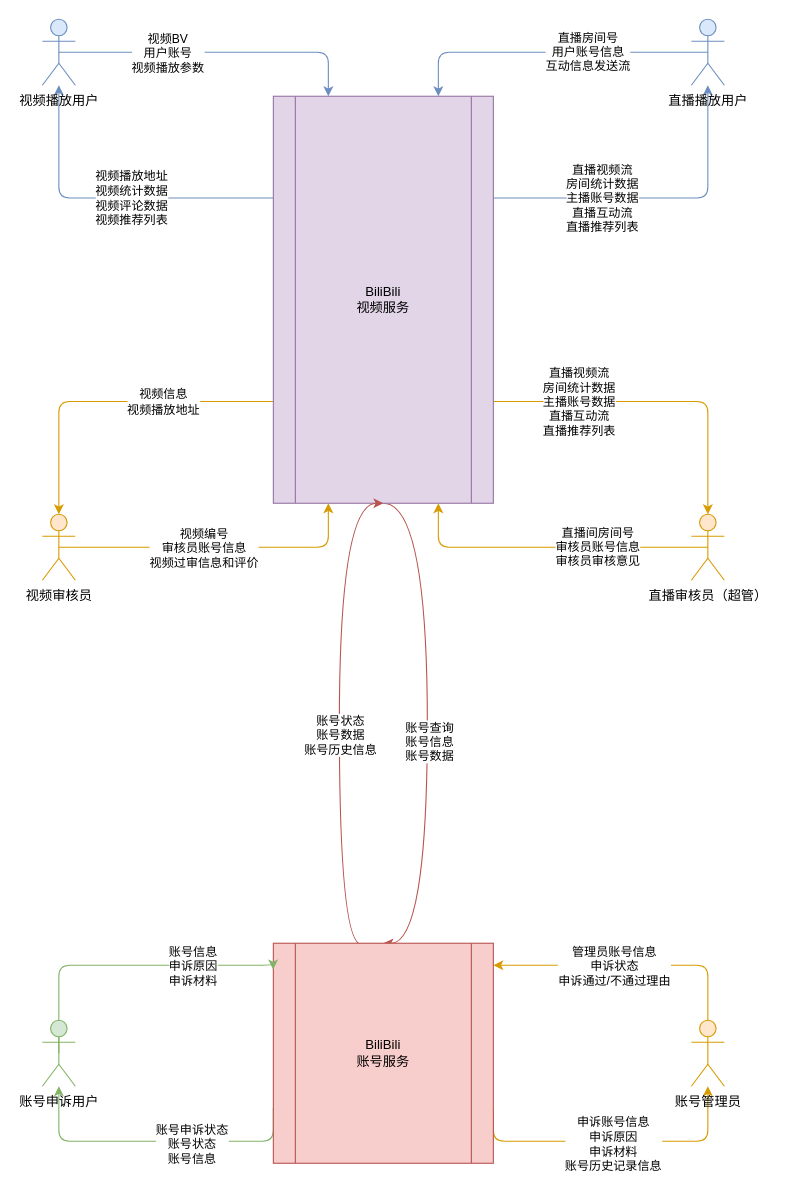
Earlier version of the draw.io diagram 未命名绘图.drawio (JackyBlackson/System-Class-Charts). Source tidied: cells renumbered, new cells numbered last; positions are measured from the earlier drawing's top-left corner, leaving out a move shared by most shapes. Both pictures are drawn from the tidied source at 110%, with x=0, y=0 at pixel (42, 19).
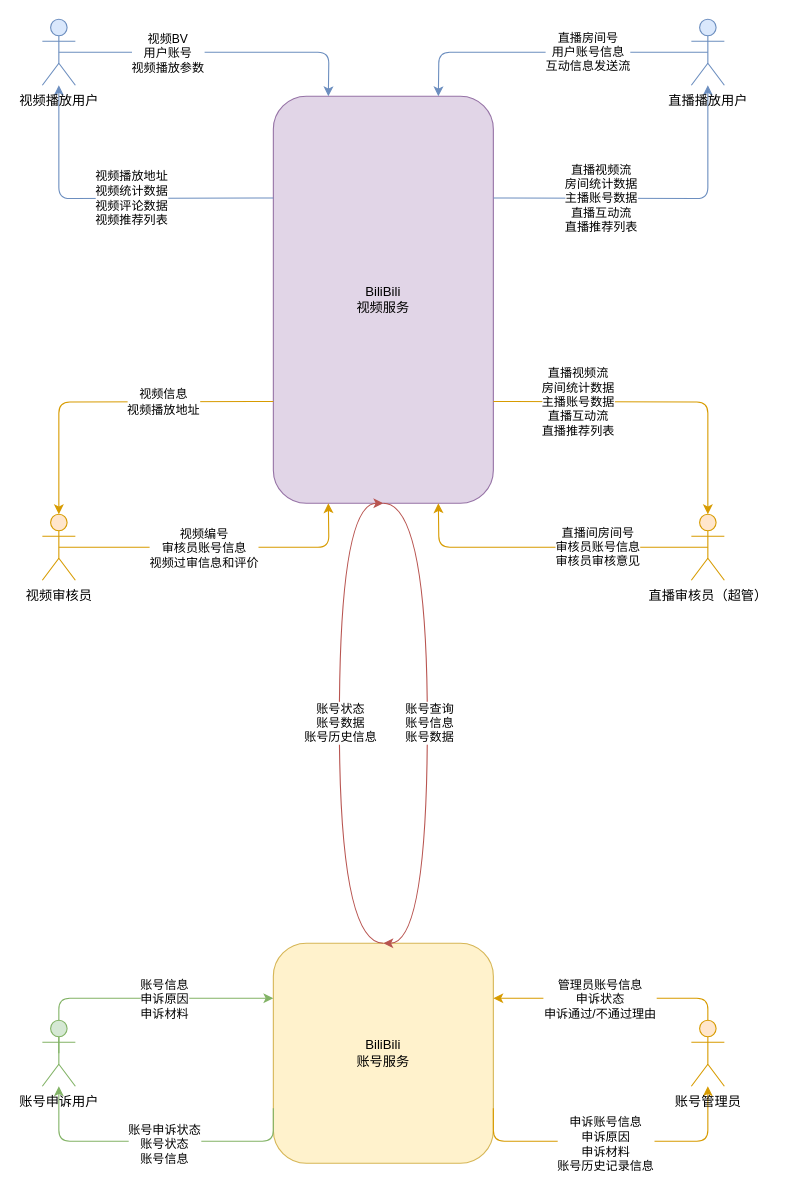
The same diagram, later.

Commit message:
更新未命名绘图.drawio

Unchanged cells that the change refers to:
```xml
<mxCell id="15" value="视频播放用户" style="shape=umlActor;verticalLabelPosition=bottom;verticalAlign=top;html=1;outlineConnect=0;fillColor=#dae8fc;strokeColor=#6c8ebf;" parent="1" vertex="1">
  <mxGeometry width="30" height="60" as="geometry" />
</mxCell>
<mxCell id="18" value="直播播放用户" style="shape=umlActor;verticalLabelPosition=bottom;verticalAlign=top;html=1;outlineConnect=0;fillColor=#dae8fc;strokeColor=#6c8ebf;" parent="1" vertex="1">
  <mxGeometry x="590" width="30" height="60" as="geometry" />
</mxCell>
<mxCell id="21" value="视频审核员" style="shape=umlActor;verticalLabelPosition=bottom;verticalAlign=top;html=1;outlineConnect=0;fillColor=#ffe6cc;strokeColor=#d79b00;" parent="1" vertex="1">
  <mxGeometry y="450" width="30" height="60" as="geometry" />
</mxCell>
<mxCell id="24" value="直播审核员（超管）" style="shape=umlActor;verticalLabelPosition=bottom;verticalAlign=top;html=1;outlineConnect=0;fillColor=#ffe6cc;strokeColor=#d79b00;" parent="1" vertex="1">
  <mxGeometry x="590" y="450" width="30" height="60" as="geometry" />
</mxCell>
<mxCell id="34" value="账号申诉用户" style="shape=umlActor;verticalLabelPosition=bottom;verticalAlign=top;html=1;outlineConnect=0;fillColor=#d5e8d4;strokeColor=#82b366;" parent="1" vertex="1">
  <mxGeometry y="910" width="30" height="60" as="geometry" />
</mxCell>
<mxCell id="37" value="账号管理员" style="shape=umlActor;verticalLabelPosition=bottom;verticalAlign=top;html=1;outlineConnect=0;fillColor=#ffe6cc;strokeColor=#d79b00;" parent="1" vertex="1">
  <mxGeometry x="590" y="910" width="30" height="60" as="geometry" />
</mxCell>
```

The edit, as a diff of the source:
```diff
@@
+    <mxCell id="31" value="BiliBili&lt;br&gt;账号服务" style="rounded=1;whiteSpace=wrap;html=1;fillColor=#fff2cc;strokeColor=#d6b656;" parent="1" vertex="1">
+      <mxGeometry x="210" y="840" width="200" height="200" as="geometry" />
+    </mxCell>
+    <mxCell id="12" value="BiliBili&lt;br&gt;视频服务" style="rounded=1;whiteSpace=wrap;html=1;fillColor=#e1d5e7;strokeColor=#9673a6;" parent="1" vertex="1">
+      <mxGeometry x="210" y="70" width="200" height="370" as="geometry" />
+    </mxCell>
-    <mxCell id="2" style="edgeStyle=orthogonalEdgeStyle;jettySize=auto;html=1;exitX=0;exitY=0.25;exitDx=0;exitDy=0;rounded=1;fillColor=#dae8fc;strokeColor=#6c8ebf;" parent="1" edge="1" source="12" target="15">
-      <mxGeometry relative="1" as="geometry" />
+    <mxCell id="2" style="edgeStyle=orthogonalEdgeStyle;jettySize=auto;html=1;exitX=0;exitY=0.25;exitDx=0;exitDy=0;rounded=1;fillColor=#dae8fc;strokeColor=#6c8ebf;" parent="1" edge="1" target="15">
+      <mxGeometry relative="1" as="geometry">
+        <mxPoint x="210" y="162.5" as="sourcePoint" />
+      </mxGeometry>
     </mxCell>
@@
-    <mxCell id="4" style="edgeStyle=orthogonalEdgeStyle;jettySize=auto;html=1;exitX=1;exitY=0.25;exitDx=0;exitDy=0;rounded=1;fillColor=#dae8fc;strokeColor=#6c8ebf;" parent="1" edge="1" source="12" target="18">
-      <mxGeometry relative="1" as="geometry" />
+    <mxCell id="4" style="edgeStyle=orthogonalEdgeStyle;jettySize=auto;html=1;exitX=1;exitY=0.25;exitDx=0;exitDy=0;rounded=1;fillColor=#dae8fc;strokeColor=#6c8ebf;" parent="1" edge="1" target="18">
+      <mxGeometry relative="1" as="geometry">
+        <mxPoint x="410" y="162.5" as="sourcePoint" />
+      </mxGeometry>
     </mxCell>
@@
-    <mxCell id="6" style="edgeStyle=orthogonalEdgeStyle;jettySize=auto;html=1;exitX=0;exitY=0.75;exitDx=0;exitDy=0;rounded=1;fillColor=#ffe6cc;strokeColor=#d79b00;" parent="1" edge="1" source="12" target="21">
-      <mxGeometry relative="1" as="geometry" />
+    <mxCell id="6" style="edgeStyle=orthogonalEdgeStyle;jettySize=auto;html=1;exitX=0;exitY=0.75;exitDx=0;exitDy=0;rounded=1;fillColor=#ffe6cc;strokeColor=#d79b00;" parent="1" edge="1" target="21">
+      <mxGeometry relative="1" as="geometry">
+        <mxPoint x="210" y="347.5" as="sourcePoint" />
+      </mxGeometry>
     </mxCell>
@@
-    <mxCell id="8" style="edgeStyle=orthogonalEdgeStyle;jettySize=auto;html=1;exitX=1;exitY=0.75;exitDx=0;exitDy=0;rounded=1;fillColor=#ffe6cc;strokeColor=#d79b00;" parent="1" edge="1" source="12" target="24">
-      <mxGeometry relative="1" as="geometry" />
+    <mxCell id="8" style="edgeStyle=orthogonalEdgeStyle;jettySize=auto;html=1;exitX=1;exitY=0.75;exitDx=0;exitDy=0;rounded=1;fillColor=#ffe6cc;strokeColor=#d79b00;" parent="1" edge="1" target="24">
+      <mxGeometry relative="1" as="geometry">
+        <mxPoint x="410" y="347.5" as="sourcePoint" />
+      </mxGeometry>
     </mxCell>
@@
-    <mxCell id="10" style="edgeStyle=orthogonalEdgeStyle;jettySize=auto;html=1;exitX=0.5;exitY=1;exitDx=0;exitDy=0;entryX=0.5;entryY=0;entryDx=0;entryDy=0;curved=1;fillColor=#f8cecc;strokeColor=#b85450;" parent="1" edge="1" source="12" target="31">
+    <mxCell id="10" style="edgeStyle=orthogonalEdgeStyle;orthogonalLoop=1;jettySize=auto;html=1;exitX=0.5;exitY=1;exitDx=0;exitDy=0;entryX=0.5;entryY=0;entryDx=0;entryDy=0;curved=1;fillColor=#f8cecc;strokeColor=#b85450;" parent="1" edge="1">
       <mxGeometry relative="1" as="geometry">
+        <mxPoint x="310" y="440" as="sourcePoint" />
+        <mxPoint x="310" y="840" as="targetPoint" />
         <Array as="points">
           <mxPoint x="350" y="440" />
-          <mxPoint x="350" y="841" />
+          <mxPoint x="350" y="840" />
         </Array>
       </mxGeometry>
     </mxCell>
     <mxCell id="11" value="账号查询&lt;br&gt;账号信息&lt;br&gt;账号数据" style="edgeLabel;html=1;align=center;verticalAlign=middle;" parent="10" vertex="1">
       <mxGeometry x="0.12" y="1" relative="1" as="geometry">
-        <mxPoint y="-13" as="offset" />
+        <mxPoint y="-30" as="offset" />
       </mxGeometry>
     </mxCell>
-    <mxCell id="12" value="BiliBili&lt;br&gt;视频服务" style="shape=process;whiteSpace=wrap;html=1;backgroundOutline=1;fillColor=#e1d5e7;strokeColor=#9673a6;" parent="1" vertex="1">
-      <mxGeometry x="210" y="70" width="200" height="370" as="geometry" />
-    </mxCell>
-    <mxCell id="13" style="edgeStyle=orthogonalEdgeStyle;jettySize=auto;html=1;exitX=0.5;exitY=0.5;exitDx=0;exitDy=0;exitPerimeter=0;entryX=0.25;entryY=0;entryDx=0;entryDy=0;rounded=1;fillColor=#dae8fc;strokeColor=#6c8ebf;" parent="1" edge="1" source="15" target="12">
-      <mxGeometry relative="1" as="geometry" />
+    <mxCell id="13" style="edgeStyle=orthogonalEdgeStyle;jettySize=auto;html=1;exitX=0.5;exitY=0.5;exitDx=0;exitDy=0;exitPerimeter=0;entryX=0.25;entryY=0;entryDx=0;entryDy=0;rounded=1;fillColor=#dae8fc;strokeColor=#6c8ebf;" parent="1" edge="1" source="15">
+      <mxGeometry relative="1" as="geometry">
+        <mxPoint x="260" y="70" as="targetPoint" />
+      </mxGeometry>
     </mxCell>
@@
-    <mxCell id="16" style="edgeStyle=orthogonalEdgeStyle;jettySize=auto;html=1;exitX=0.5;exitY=0.5;exitDx=0;exitDy=0;exitPerimeter=0;entryX=0.75;entryY=0;entryDx=0;entryDy=0;rounded=1;fillColor=#dae8fc;strokeColor=#6c8ebf;" parent="1" edge="1" source="18" target="12">
-      <mxGeometry relative="1" as="geometry" />
+    <mxCell id="16" style="edgeStyle=orthogonalEdgeStyle;jettySize=auto;html=1;exitX=0.5;exitY=0.5;exitDx=0;exitDy=0;exitPerimeter=0;entryX=0.75;entryY=0;entryDx=0;entryDy=0;rounded=1;fillColor=#dae8fc;strokeColor=#6c8ebf;" parent="1" edge="1" source="18">
+      <mxGeometry relative="1" as="geometry">
+        <mxPoint x="360" y="70" as="targetPoint" />
+      </mxGeometry>
     </mxCell>
@@
-    <mxCell id="19" style="edgeStyle=orthogonalEdgeStyle;jettySize=auto;html=1;exitX=0.5;exitY=0.5;exitDx=0;exitDy=0;exitPerimeter=0;entryX=0.25;entryY=1;entryDx=0;entryDy=0;rounded=1;fillColor=#ffe6cc;strokeColor=#d79b00;" parent="1" edge="1" source="21" target="12">
-      <mxGeometry relative="1" as="geometry" />
+    <mxCell id="19" style="edgeStyle=orthogonalEdgeStyle;jettySize=auto;html=1;exitX=0.5;exitY=0.5;exitDx=0;exitDy=0;exitPerimeter=0;entryX=0.25;entryY=1;entryDx=0;entryDy=0;rounded=1;fillColor=#ffe6cc;strokeColor=#d79b00;" parent="1" edge="1" source="21">
+      <mxGeometry relative="1" as="geometry">
+        <mxPoint x="260" y="440" as="targetPoint" />
+      </mxGeometry>
     </mxCell>
@@
-    <mxCell id="22" style="edgeStyle=orthogonalEdgeStyle;jettySize=auto;html=1;exitX=0.5;exitY=0.5;exitDx=0;exitDy=0;exitPerimeter=0;entryX=0.75;entryY=1;entryDx=0;entryDy=0;rounded=1;fillColor=#ffe6cc;strokeColor=#d79b00;" parent="1" edge="1" source="24" target="12">
-      <mxGeometry relative="1" as="geometry" />
+    <mxCell id="22" style="edgeStyle=orthogonalEdgeStyle;jettySize=auto;html=1;exitX=0.5;exitY=0.5;exitDx=0;exitDy=0;exitPerimeter=0;entryX=0.75;entryY=1;entryDx=0;entryDy=0;rounded=1;fillColor=#ffe6cc;strokeColor=#d79b00;" parent="1" edge="1" source="24">
+      <mxGeometry relative="1" as="geometry">
+        <mxPoint x="360" y="440" as="targetPoint" />
+      </mxGeometry>
     </mxCell>
@@
-    <mxCell id="25" style="edgeStyle=orthogonalEdgeStyle;rounded=1;jettySize=auto;html=1;exitX=0;exitY=0.75;exitDx=0;exitDy=0;fillColor=#d5e8d4;strokeColor=#82b366;" parent="1" edge="1" source="31" target="34">
+    <mxCell id="25" style="edgeStyle=orthogonalEdgeStyle;rounded=1;jettySize=auto;html=1;exitX=0;exitY=0.75;exitDx=0;exitDy=0;fillColor=#d5e8d4;strokeColor=#82b366;" parent="1" edge="1" target="34">
       <mxGeometry relative="1" as="geometry">
+        <mxPoint x="210" y="990" as="sourcePoint" />
         <Array as="points">
           <mxPoint x="210" y="1020" />
           <mxPoint x="15" y="1020" />
         </Array>
       </mxGeometry>
     </mxCell>
     <mxCell id="26" value="账号申诉状态&lt;br&gt;账号状态&lt;br&gt;账号信息" style="edgeLabel;html=1;align=center;verticalAlign=middle;" parent="25" vertex="1">
-      <mxGeometry x="-0.24" y="2" relative="1" as="geometry" />
+      <mxGeometry x="-0.24" y="2" relative="1" as="geometry">
+        <mxPoint x="-25" as="offset" />
+      </mxGeometry>
     </mxCell>
-    <mxCell id="27" style="edgeStyle=orthogonalEdgeStyle;rounded=1;jettySize=auto;html=1;exitX=1;exitY=0.75;exitDx=0;exitDy=0;fillColor=#ffe6cc;strokeColor=#d79b00;" parent="1" edge="1" source="31" target="37">
+    <mxCell id="27" style="edgeStyle=orthogonalEdgeStyle;rounded=1;jettySize=auto;html=1;exitX=1;exitY=0.75;exitDx=0;exitDy=0;fillColor=#ffe6cc;strokeColor=#d79b00;" parent="1" edge="1" target="37">
       <mxGeometry relative="1" as="geometry">
+        <mxPoint x="410" y="990" as="sourcePoint" />
         <Array as="points">
           <mxPoint x="410" y="1020" />
           <mxPoint x="605" y="1020" />
         </Array>
       </mxGeometry>
     </mxCell>
     <mxCell id="28" value="申诉账号信息&lt;br&gt;申诉原因&lt;br&gt;申诉材料&lt;br&gt;账号历史记录信息" style="edgeLabel;html=1;align=center;verticalAlign=middle;" parent="27" vertex="1">
-      <mxGeometry y="-2" relative="1" as="geometry" />
+      <mxGeometry y="-2" relative="1" as="geometry">
+        <mxPoint x="-7" as="offset" />
+      </mxGeometry>
     </mxCell>
-    <mxCell id="29" style="edgeStyle=orthogonalEdgeStyle;jettySize=auto;html=1;exitX=0.5;exitY=0;exitDx=0;exitDy=0;entryX=0.5;entryY=1;entryDx=0;entryDy=0;curved=1;fillColor=#f8cecc;strokeColor=#b85450;" parent="1" edge="1" source="31" target="12">
+    <mxCell id="29" style="edgeStyle=orthogonalEdgeStyle;orthogonalLoop=1;jettySize=auto;html=1;exitX=0.5;exitY=0;exitDx=0;exitDy=0;entryX=0.5;entryY=1;entryDx=0;entryDy=0;curved=1;fillColor=#f8cecc;strokeColor=#b85450;" parent="1" edge="1">
       <mxGeometry relative="1" as="geometry">
+        <mxPoint x="310" y="840" as="sourcePoint" />
+        <mxPoint x="310" y="440" as="targetPoint" />
         <Array as="points">
-          <mxPoint x="270" y="841" />
+          <mxPoint x="270" y="840" />
           <mxPoint x="270" y="440" />
         </Array>
       </mxGeometry>
     </mxCell>
     <mxCell id="30" value="账号状态&lt;br&gt;账号数据&lt;br&gt;账号历史信息" style="edgeLabel;html=1;align=center;verticalAlign=middle;" parent="29" vertex="1">
       <mxGeometry x="-0.06" relative="1" as="geometry">
-        <mxPoint y="-5" as="offset" />
+        <mxPoint y="-15" as="offset" />
       </mxGeometry>
     </mxCell>
-    <mxCell id="31" value="BiliBili&lt;br&gt;账号服务" style="shape=process;whiteSpace=wrap;html=1;backgroundOutline=1;fillColor=#f8cecc;strokeColor=#b85450;" parent="1" vertex="1">
-      <mxGeometry x="210" y="840" width="200" height="200" as="geometry" />
-    </mxCell>
-    <mxCell id="32" style="edgeStyle=orthogonalEdgeStyle;rounded=1;jettySize=auto;html=1;exitX=0.5;exitY=0.5;exitDx=0;exitDy=0;exitPerimeter=0;entryX=-0.001;entryY=0.119;entryDx=0;entryDy=0;entryPerimeter=0;fillColor=#d5e8d4;strokeColor=#82b366;" parent="1" edge="1" source="34" target="31">
+    <mxCell id="32" style="edgeStyle=orthogonalEdgeStyle;rounded=1;jettySize=auto;html=1;exitX=0.5;exitY=0.5;exitDx=0;exitDy=0;exitPerimeter=0;entryX=0;entryY=0.25;entryDx=0;entryDy=0;fillColor=#d5e8d4;strokeColor=#82b366;" parent="1" edge="1" source="34" target="31">
       <mxGeometry relative="1" as="geometry">
         <Array as="points">
-          <mxPoint x="15" y="860" />
-          <mxPoint x="210" y="860" />
+          <mxPoint x="15" y="890" />
         </Array>
       </mxGeometry>
     </mxCell>
     <mxCell id="33" value="账号信息&lt;br&gt;申诉原因&lt;br&gt;申诉材料" style="edgeLabel;html=1;align=center;verticalAlign=middle;" parent="32" vertex="1">
-      <mxGeometry x="0.44" relative="1" as="geometry" />
+      <mxGeometry x="0.44" relative="1" as="geometry">
+        <mxPoint x="-31" as="offset" />
+      </mxGeometry>
     </mxCell>
@@
-    <mxCell id="35" style="edgeStyle=orthogonalEdgeStyle;rounded=1;jettySize=auto;html=1;exitX=0.5;exitY=0;exitDx=0;exitDy=0;exitPerimeter=0;fillColor=#ffe6cc;strokeColor=#d79b00;" parent="1" edge="1" source="37">
+    <mxCell id="35" style="edgeStyle=orthogonalEdgeStyle;rounded=1;jettySize=auto;html=1;exitX=0.5;exitY=0;exitDx=0;exitDy=0;exitPerimeter=0;fillColor=#ffe6cc;strokeColor=#d79b00;entryX=1;entryY=0.25;entryDx=0;entryDy=0;" parent="1" edge="1" source="37" target="31">
       <mxGeometry relative="1" as="geometry">
-        <mxPoint x="410" y="860" as="targetPoint" />
         <Array as="points">
-          <mxPoint x="566" y="860" />
-          <mxPoint x="410" y="860" />
+          <mxPoint x="605" y="890" />
+          <mxPoint x="410" y="890" />
         </Array>
       </mxGeometry>
     </mxCell>
```
